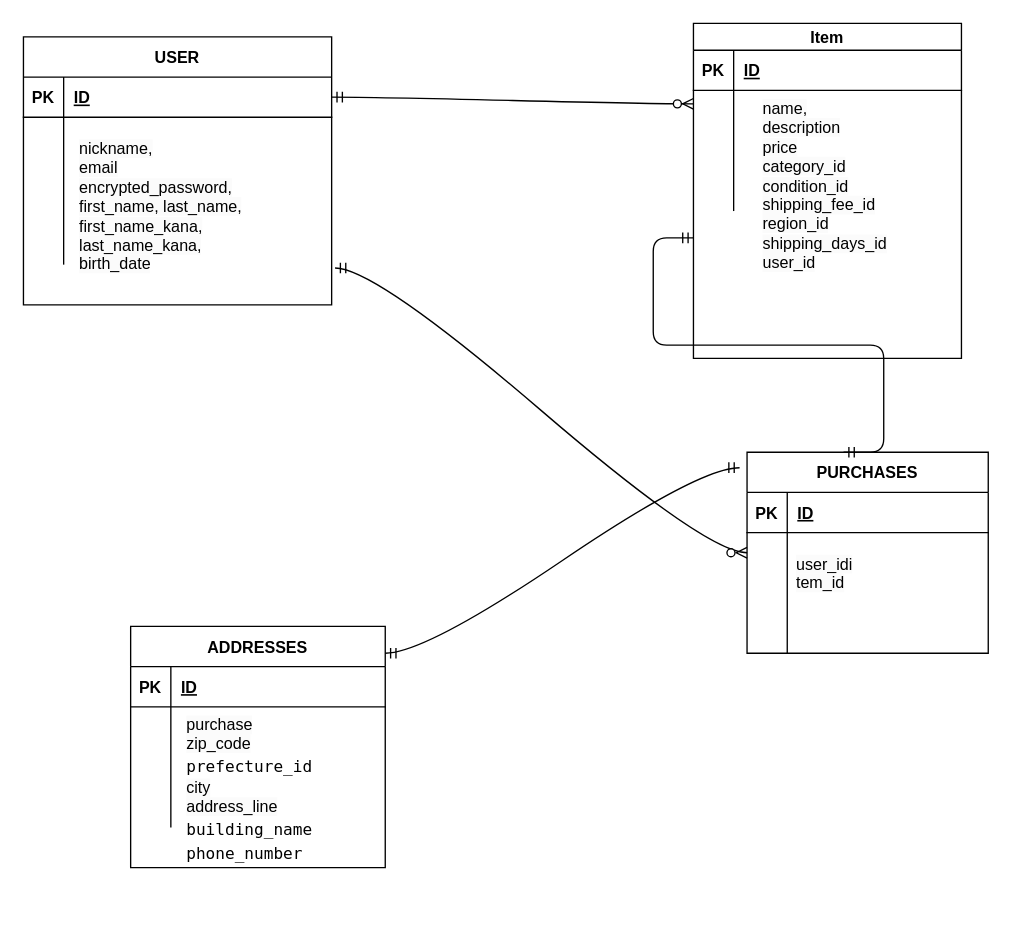
Iwanttomorrowtocome/furima-41479 keeps this draw.io diagram as furima.dio. Above is the earlier version. Source tidied: cells renumbered, new cells numbered last; positions are measured from the earlier drawing's top-left corner, leaving out a move shared by most shapes. Both pictures are drawn from the tidied source at 134%, with x=0, y=0 at pixel (23, 23).
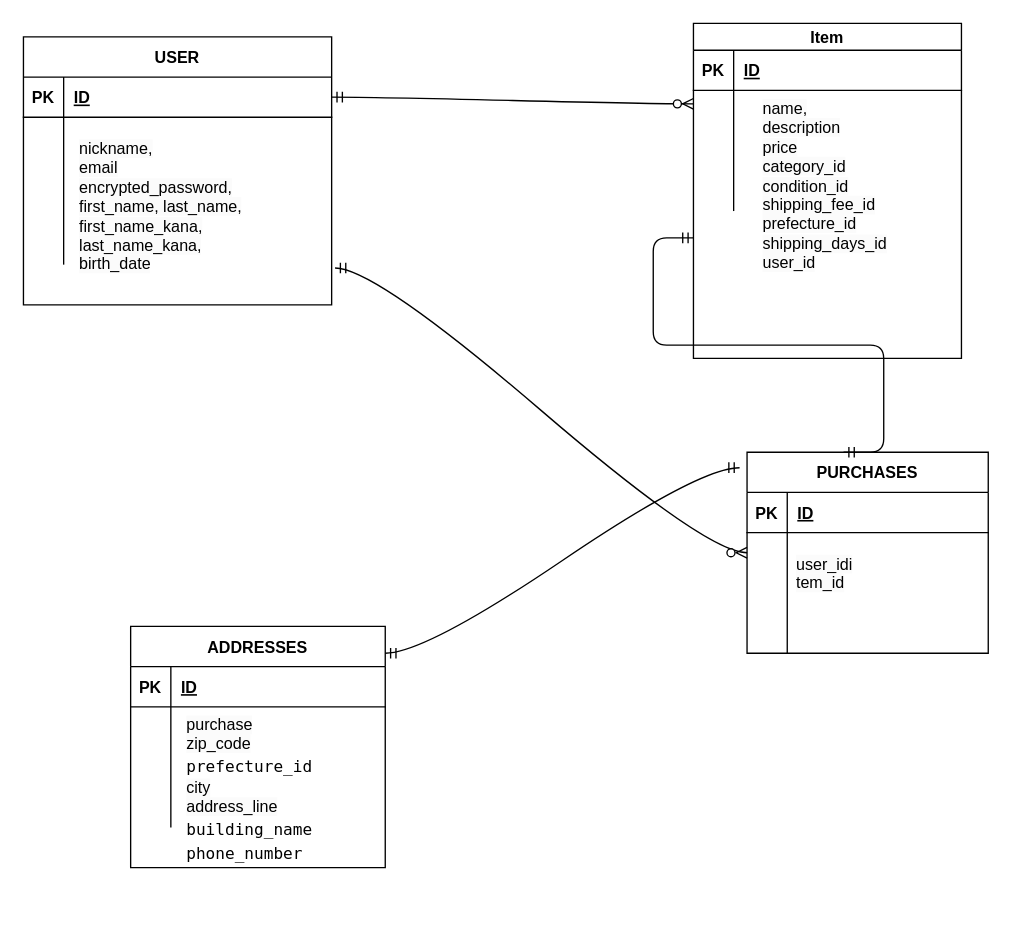
The same page after the edit.

The edit, as a diff of the source:
```diff
@@
-    <mxCell id="55" value="&lt;span style=&quot;color: rgb(0, 0, 0); font-family: Helvetica; font-size: 12px; font-style: normal; font-variant-ligatures: normal; font-variant-caps: normal; font-weight: 400; letter-spacing: normal; orphans: 2; text-align: left; text-indent: 0px; text-transform: none; widows: 2; word-spacing: 0px; -webkit-text-stroke-width: 0px; background-color: rgb(251, 251, 251); text-decoration-thickness: initial; text-decoration-style: initial; text-decoration-color: initial; float: none; display: inline !important;&quot;&gt;name,&lt;br&gt;description&lt;br&gt;price&lt;br&gt;category_id&lt;br&gt;condition_id&lt;br&gt;shipping_fee_id&lt;br&gt;region_id&lt;br&gt;shipping_days_id&lt;br&gt;user_id&lt;br&gt;&lt;br&gt;&lt;/span&gt;" style="text;whiteSpace=wrap;html=1;" parent="1" vertex="1">
+    <mxCell id="55" value="&lt;span style=&quot;color: rgb(0, 0, 0); font-family: Helvetica; font-size: 12px; font-style: normal; font-variant-ligatures: normal; font-variant-caps: normal; font-weight: 400; letter-spacing: normal; orphans: 2; text-align: left; text-indent: 0px; text-transform: none; widows: 2; word-spacing: 0px; -webkit-text-stroke-width: 0px; background-color: rgb(251, 251, 251); text-decoration-thickness: initial; text-decoration-style: initial; text-decoration-color: initial; float: none; display: inline !important;&quot;&gt;name,&lt;br&gt;description&lt;br&gt;price&lt;br&gt;category_id&lt;br&gt;condition_id&lt;br&gt;shipping_fee_id&lt;br&gt;prefecture_id&lt;br&gt;shipping_days_id&lt;br&gt;user_id&lt;br&gt;&lt;br&gt;&lt;/span&gt;" style="text;whiteSpace=wrap;html=1;" parent="1" vertex="1">
       <mxGeometry x="550" y="50" width="120" height="140" as="geometry" />
     </mxCell>
```
